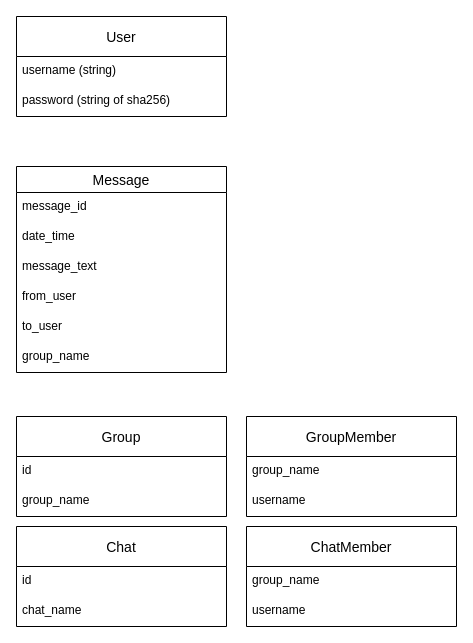
lucky-rydar/miMessage keeps this draw.io diagram as sql_tabels.drawio. Above is the earlier version. Source tidied: cells renumbered, new cells numbered last; positions are measured from the earlier drawing's top-left corner, leaving out a move shared by most shapes. Both pictures are drawn from the tidied source at 100%, with x=0, y=0 at pixel (16, 16).
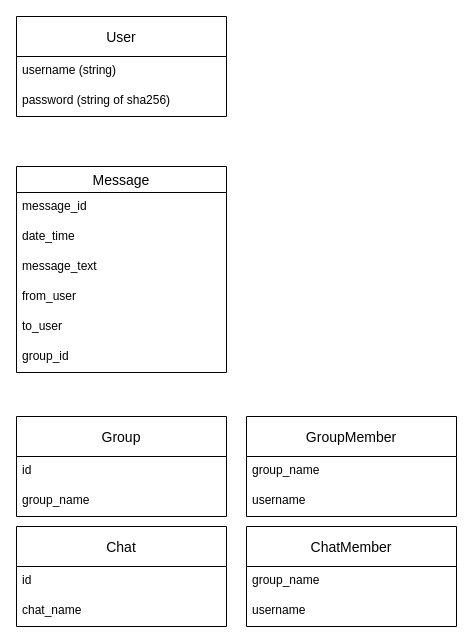
The same page after the edit.

Commit message (it also covers changes not shown here):
Added Message class and changed Message table in UML

Unchanged cells that the change refers to:
```xml
<mxCell id="17" value="Message" style="swimlane;fontStyle=0;horizontal=1;startSize=26;align=center;fontSize=14;" parent="1" vertex="1">
  <mxGeometry y="150" width="210" height="206" as="geometry" />
</mxCell>
```

Change to the diagram source:
```diff
@@
-    <mxCell id="23" value="group_name" style="text;strokeColor=none;fillColor=none;spacingLeft=4;spacingRight=4;overflow=hidden;fontSize=12;" parent="17" vertex="1">
+    <mxCell id="23" value="group_id" style="text;strokeColor=none;fillColor=none;spacingLeft=4;spacingRight=4;overflow=hidden;fontSize=12;" parent="17" vertex="1">
       <mxGeometry y="176" width="210" height="30" as="geometry" />
     </mxCell>
```
